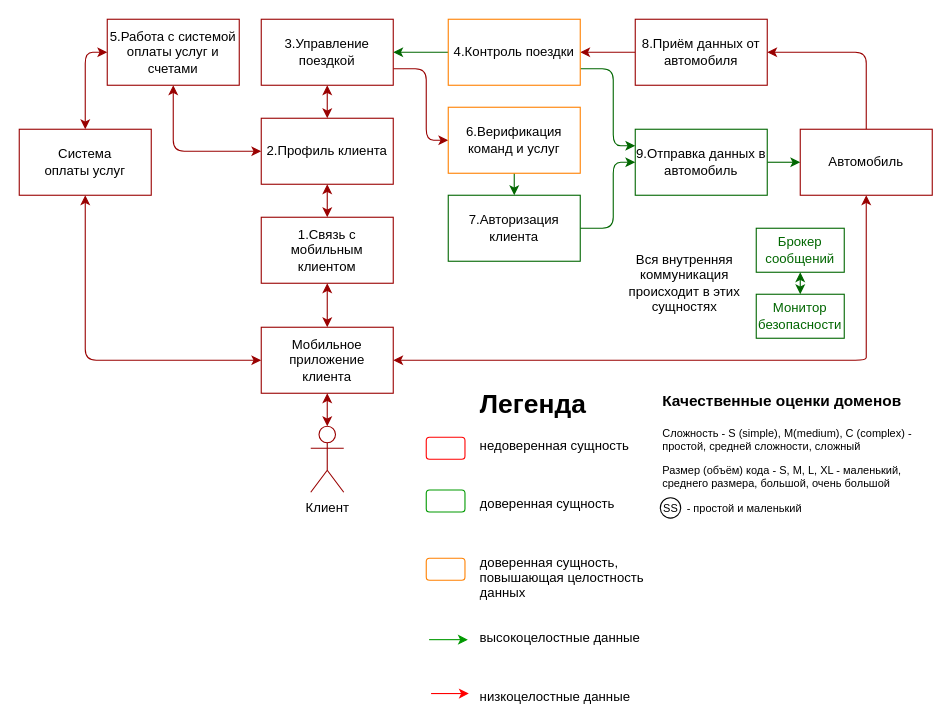
This is page "Политика архитектуры" (4 of 4) of docs/drawio/all_schem.drawio from Tortilok/cyberimmunite-hackathon-3, a draw.io file, before an edit. Source tidied: cells renumbered, new cells numbered last; positions are measured from the earlier drawing's top-left corner, leaving out a move shared by most shapes. Both pictures are drawn from the tidied source at 110%, with x=0, y=0 at pixel (19, 19).
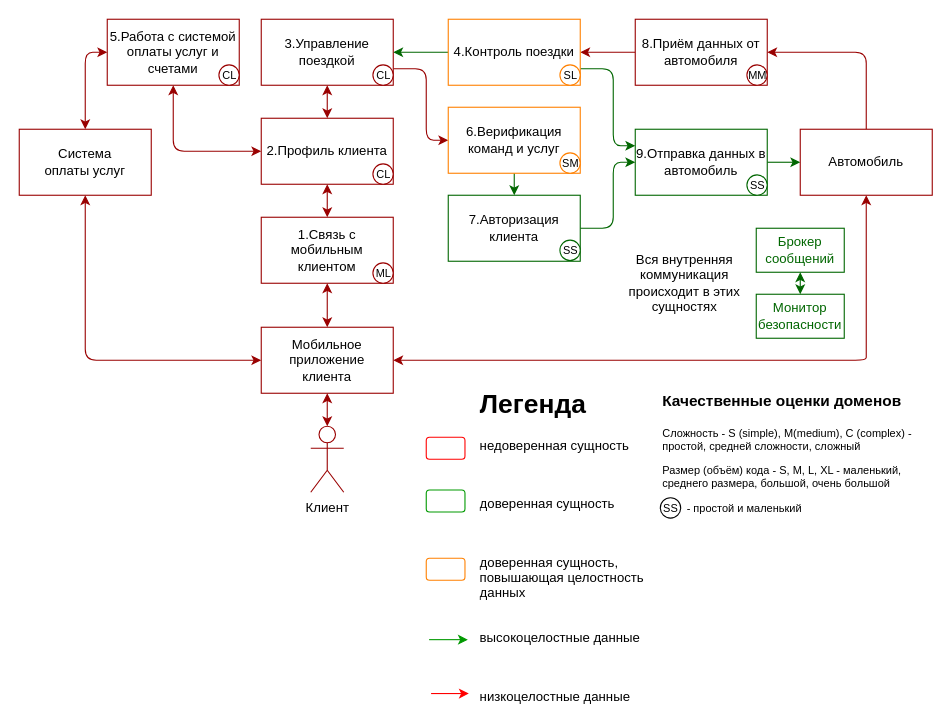
The same page after the edit.

The edit, as a diff of the source:
```diff
@@
+    <mxCell id="45" value="SS" style="ellipse;whiteSpace=wrap;html=1;strokeColor=#006600;fontSize=10;fillColor=#FFFFFF;" parent="1" vertex="1">
+      <mxGeometry x="491.5" y="200.8" width="18.5" height="18.5" as="geometry" />
+    </mxCell>
+    <mxCell id="46" value="SS" style="ellipse;whiteSpace=wrap;html=1;strokeColor=#006600;fontSize=10;fillColor=#FFFFFF;" parent="1" vertex="1">
+      <mxGeometry x="661.5" y="141.5" width="18.5" height="18.5" as="geometry" />
+    </mxCell>
+    <mxCell id="47" value="SM" style="ellipse;whiteSpace=wrap;html=1;strokeColor=#FF8000;fontSize=10;fillColor=#FFFFFF;" parent="1" vertex="1">
+      <mxGeometry x="491.5" y="121.5" width="18.5" height="18.5" as="geometry" />
+    </mxCell>
+    <mxCell id="48" value="SL" style="ellipse;whiteSpace=wrap;html=1;strokeColor=#FF8000;fontSize=10;fillColor=#FFFFFF;" parent="1" vertex="1">
+      <mxGeometry x="491.5" y="41.5" width="18.5" height="18.5" as="geometry" />
+    </mxCell>
+    <mxCell id="49" value="MM" style="ellipse;whiteSpace=wrap;html=1;strokeColor=#990000;fontSize=10;fillColor=#FFFFFF;" parent="1" vertex="1">
+      <mxGeometry x="661.5" y="41.5" width="18.5" height="18.5" as="geometry" />
+    </mxCell>
+    <mxCell id="50" value="CL" style="ellipse;whiteSpace=wrap;html=1;strokeColor=#990000;fontSize=10;fillColor=#FFFFFF;" parent="1" vertex="1">
+      <mxGeometry x="321.5" y="41.5" width="18.5" height="18.5" as="geometry" />
+    </mxCell>
+    <mxCell id="51" value="CL" style="ellipse;whiteSpace=wrap;html=1;strokeColor=#990000;fontSize=10;fillColor=#FFFFFF;" parent="1" vertex="1">
+      <mxGeometry x="321.5" y="131.5" width="18.5" height="18.5" as="geometry" />
+    </mxCell>
+    <mxCell id="52" value="ML" style="ellipse;whiteSpace=wrap;html=1;strokeColor=#990000;fontSize=10;fillColor=#FFFFFF;" parent="1" vertex="1">
+      <mxGeometry x="321.5" y="221.5" width="18.5" height="18.5" as="geometry" />
+    </mxCell>
+    <mxCell id="53" value="CL" style="ellipse;whiteSpace=wrap;html=1;strokeColor=#990000;fontSize=10;fillColor=#FFFFFF;" parent="1" vertex="1">
+      <mxGeometry x="181.5" y="41.5" width="18.5" height="18.5" as="geometry" />
+    </mxCell>
```
